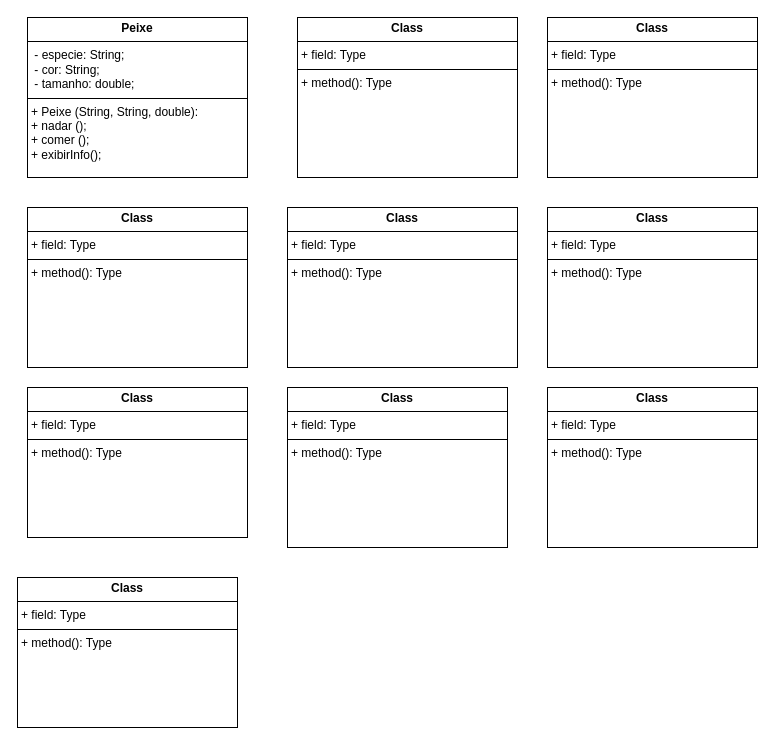
The draw.io diagram tarefa2/uml10coletaneas.drawio in raissaMatias/linguagem-de-progacao1-, before the edit. Source tidied: cells renumbered, new cells numbered last; positions are measured from the earlier drawing's top-left corner, leaving out a move shared by most shapes. Both pictures are drawn from the tidied source at 100%, with x=0, y=0 at pixel (17, 17).
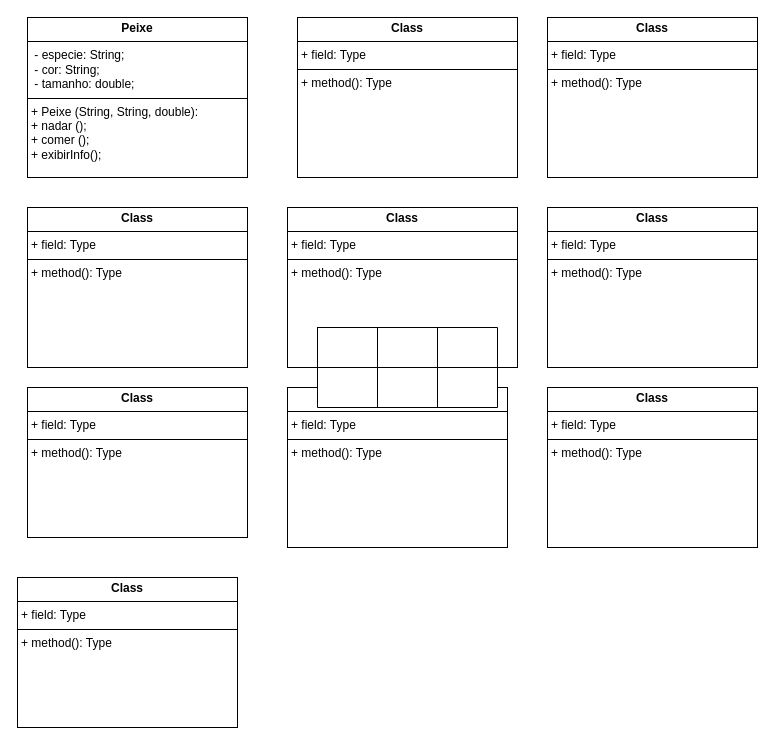
After the change.

Change to the diagram source:
```diff
@@
+    <mxCell id="12" style="shape=table;startSize=0;childLayout=tableLayout;" parent="1" vertex="1">
+      <mxGeometry x="300" y="310" width="180" height="80" as="geometry" />
+    </mxCell>
+    <mxCell id="13" style="shape=tableRow;horizontal=0;startSize=0;swimlaneHead=0;swimlaneBody=0;strokeColor=inherit;top=0;left=0;bottom=0;right=0;fillColor=none;" parent="12" vertex="1">
+      <mxGeometry width="180" height="40" as="geometry" />
+    </mxCell>
+    <mxCell id="14" style="shape=partialRectangle;html=1;whiteSpace=wrap;strokeColor=inherit;overflow=hidden;fillColor=none;top=0;left=0;bottom=0;right=0;" parent="13" vertex="1">
+      <mxGeometry width="60" height="40" as="geometry" />
+    </mxCell>
+    <mxCell id="15" style="shape=partialRectangle;html=1;whiteSpace=wrap;strokeColor=inherit;overflow=hidden;fillColor=none;top=0;left=0;bottom=0;right=0;" parent="13" vertex="1">
+      <mxGeometry x="60" width="60" height="40" as="geometry" />
+    </mxCell>
+    <mxCell id="16" style="shape=partialRectangle;html=1;whiteSpace=wrap;strokeColor=inherit;overflow=hidden;fillColor=none;top=0;left=0;bottom=0;right=0;" parent="13" vertex="1">
+      <mxGeometry x="120" width="60" height="40" as="geometry" />
+    </mxCell>
+    <mxCell id="17" style="shape=tableRow;horizontal=0;startSize=0;swimlaneHead=0;swimlaneBody=0;strokeColor=inherit;top=0;left=0;bottom=0;right=0;fillColor=none;" parent="12" vertex="1">
+      <mxGeometry y="40" width="180" height="40" as="geometry" />
+    </mxCell>
+    <mxCell id="18" style="shape=partialRectangle;html=1;whiteSpace=wrap;strokeColor=inherit;overflow=hidden;fillColor=none;top=0;left=0;bottom=0;right=0;" parent="17" vertex="1">
+      <mxGeometry width="60" height="40" as="geometry" />
+    </mxCell>
+    <mxCell id="19" style="shape=partialRectangle;html=1;whiteSpace=wrap;strokeColor=inherit;overflow=hidden;fillColor=none;top=0;left=0;bottom=0;right=0;" parent="17" vertex="1">
+      <mxGeometry x="60" width="60" height="40" as="geometry" />
+    </mxCell>
+    <mxCell id="20" style="shape=partialRectangle;html=1;whiteSpace=wrap;strokeColor=inherit;overflow=hidden;fillColor=none;top=0;left=0;bottom=0;right=0;" parent="17" vertex="1">
+      <mxGeometry x="120" width="60" height="40" as="geometry" />
+    </mxCell>
```
